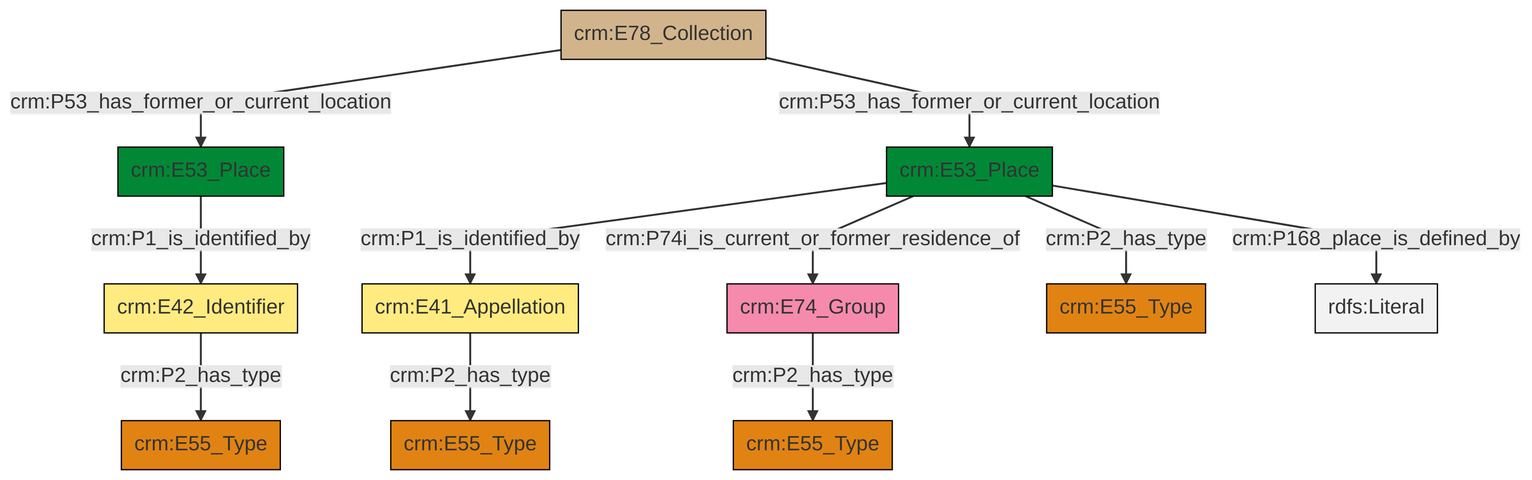
The Mermaid diagram et/archivalCSV/ttl/mmd/png/archival_location.png in swiss-art-research-net/docs.swissartresearch, before a commit. Its source is kept beside it as et/archivalCSV/ttl/mmd/archival_location.ttl.mmd.
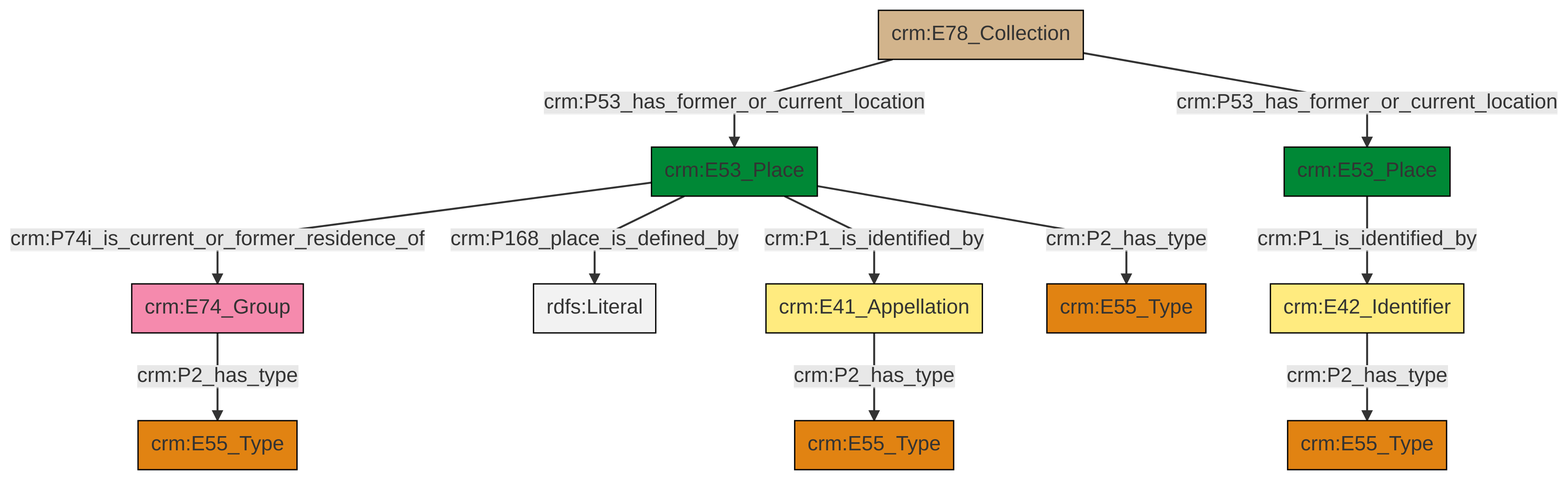
After the change.

What changed in the source:
```diff
@@ -13,13 +13,13 @@
 classDef PC_Classes fill:#4ce600, stroke:#000000;
 classDef Multi fill:#cccccc,stroke:#000000;
 
-0["crm:E53_Place"]:::Place -->|crm:P1_is_identified_by| 1["crm:E41_Appellation"]:::Appellation
-2["crm:E74_Group"]:::Actor -->|crm:P2_has_type| 3["crm:E55_Type"]:::Type
-6["crm:E53_Place"]:::Place -->|crm:P1_is_identified_by| 7["crm:E42_Identifier"]:::Appellation
-0["crm:E53_Place"]:::Place -->|crm:P2_has_type| 8["crm:E55_Type"]:::Type
-12["crm:E78_Collection"]:::Physical_Thing -->|crm:P53_has_former_or_current_location| 6["crm:E53_Place"]:::Place
-7["crm:E42_Identifier"]:::Appellation -->|crm:P2_has_type| 13["crm:E55_Type"]:::Type
-0["crm:E53_Place"]:::Place -->|crm:P74i_is_current_or_former_residence_of| 2["crm:E74_Group"]:::Actor
-12["crm:E78_Collection"]:::Physical_Thing -->|crm:P53_has_former_or_current_location| 0["crm:E53_Place"]:::Place
-0["crm:E53_Place"]:::Place -->|crm:P168_place_is_defined_by| 20[rdfs:Literal]:::Literal
-1["crm:E41_Appellation"]:::Appellation -->|crm:P2_has_type| 9["crm:E55_Type"]:::Type
+0["crm:E74_Group"]:::Actor -->|crm:P2_has_type| 1["crm:E55_Type"]:::Type
+2["crm:E78_Collection"]:::Physical_Thing -->|crm:P53_has_former_or_current_location| 3["crm:E53_Place"]:::Place
+5["crm:E41_Appellation"]:::Appellation -->|crm:P2_has_type| 6["crm:E55_Type"]:::Type
+2["crm:E78_Collection"]:::Physical_Thing -->|crm:P53_has_former_or_current_location| 8["crm:E53_Place"]:::Place
+3["crm:E53_Place"]:::Place -->|crm:P74i_is_current_or_former_residence_of| 0["crm:E74_Group"]:::Actor
+8["crm:E53_Place"]:::Place -->|crm:P1_is_identified_by| 9["crm:E42_Identifier"]:::Appellation
+3["crm:E53_Place"]:::Place -->|crm:P168_place_is_defined_by| 13[rdfs:Literal]:::Literal
+3["crm:E53_Place"]:::Place -->|crm:P1_is_identified_by| 5["crm:E41_Appellation"]:::Appellation
+9["crm:E42_Identifier"]:::Appellation -->|crm:P2_has_type| 11["crm:E55_Type"]:::Type
+3["crm:E53_Place"]:::Place -->|crm:P2_has_type| 14["crm:E55_Type"]:::Type
```
